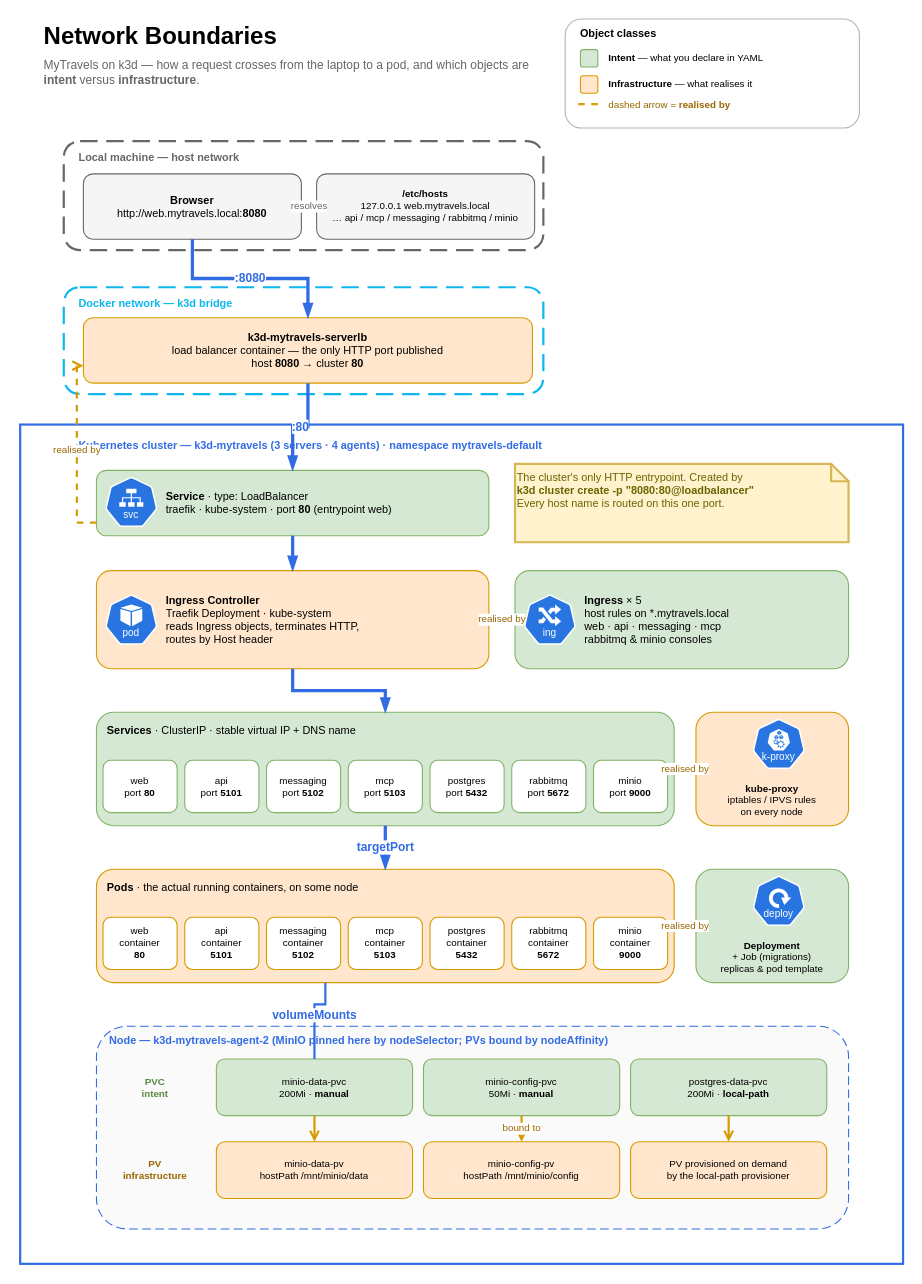
Before: page "Network Boundaries" (12 of 13) of drawio/architecture.drawio in k8sforum/intro-to-k8s, a draw.io diagram. Source tidied: cells renumbered, new cells numbered last; positions are measured from the earlier drawing's top-left corner, leaving out a move shared by most shapes. Both pictures are drawn from the tidied source at 109%, with x=0, y=0 at pixel (20, 19).
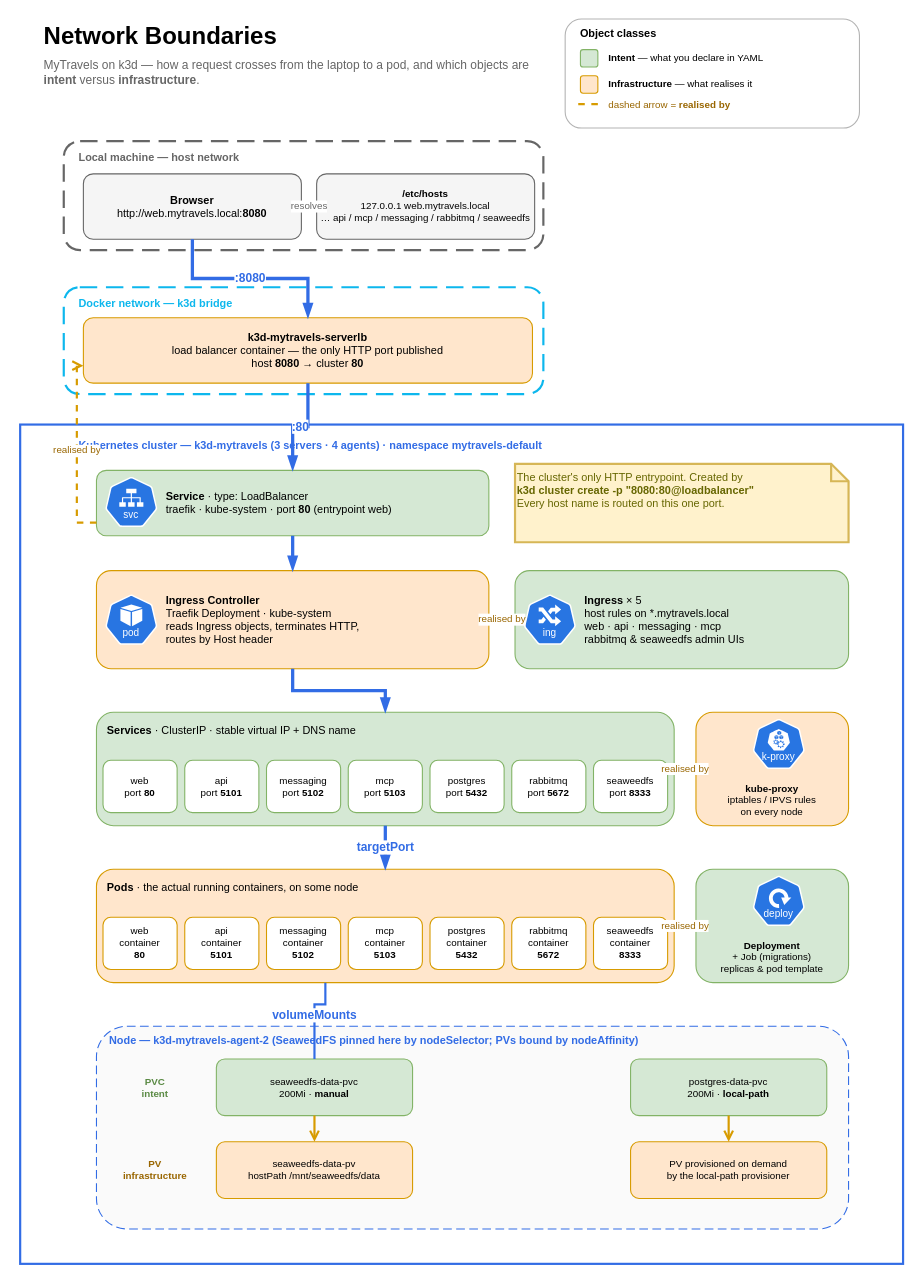
The same diagram, later.

The edit, as a diff of the source:
```diff
@@
-    <mxCell id="15" value="&lt;b&gt;/etc/hosts&lt;/b&gt;&lt;br&gt;127.0.0.1 web.mytravels.local&lt;br&gt;… api / mcp / messaging / rabbitmq / minio" style="rounded=1;whiteSpace=wrap;html=1;fillColor=#f5f5f5;strokeColor=#666666;fontSize=9;" parent="1" vertex="1">
+    <mxCell id="15" value="&lt;b&gt;/etc/hosts&lt;/b&gt;&lt;br&gt;127.0.0.1 web.mytravels.local&lt;br&gt;… api / mcp / messaging / rabbitmq / seaweedfs" style="rounded=1;whiteSpace=wrap;html=1;fillColor=#f5f5f5;strokeColor=#666666;fontSize=9;" parent="1" vertex="1">
       <mxGeometry x="272" y="142" width="200" height="60" as="geometry" />
     </mxCell>
@@
-    <mxCell id="30" value="&lt;b&gt;Ingress&lt;/b&gt; × 5&lt;br&gt;host rules on *.mytravels.local&lt;br&gt;web · api · messaging · mcp&lt;br&gt;rabbitmq &amp; minio consoles" style="rounded=1;whiteSpace=wrap;html=1;fillColor=#d5e8d4;strokeColor=#82b366;fontSize=10;align=left;spacingLeft=62;" parent="1" vertex="1">
+    <mxCell id="30" value="&lt;b&gt;Ingress&lt;/b&gt; × 5&lt;br&gt;host rules on *.mytravels.local&lt;br&gt;web · api · messaging · mcp&lt;br&gt;rabbitmq &amp; seaweedfs admin UIs" style="rounded=1;whiteSpace=wrap;html=1;fillColor=#d5e8d4;strokeColor=#82b366;fontSize=10;align=left;spacingLeft=62;" parent="1" vertex="1">
       <mxGeometry x="454" y="506" width="306" height="90" as="geometry" />
     </mxCell>
@@
-    <mxCell id="41" value="minio&lt;br&gt;port &lt;b&gt;9000&lt;/b&gt;" style="rounded=1;whiteSpace=wrap;html=1;fillColor=#FFFFFF;strokeColor=#82B366;fontSize=9;" parent="1" vertex="1">
+    <mxCell id="41" value="seaweedfs&lt;br&gt;port &lt;b&gt;8333&lt;/b&gt;" style="rounded=1;whiteSpace=wrap;html=1;fillColor=#FFFFFF;strokeColor=#82B366;fontSize=9;" parent="1" vertex="1">
       <mxGeometry x="526" y="680" width="68" height="48" as="geometry" />
     </mxCell>
@@
-    <mxCell id="53" value="minio&lt;br&gt;container&lt;br&gt;&lt;b&gt;9000&lt;/b&gt;" style="rounded=1;whiteSpace=wrap;html=1;fillColor=#FFFFFF;strokeColor=#D79B00;fontSize=9;" parent="1" vertex="1">
+    <mxCell id="53" value="seaweedfs&lt;br&gt;container&lt;br&gt;&lt;b&gt;8333&lt;/b&gt;" style="rounded=1;whiteSpace=wrap;html=1;fillColor=#FFFFFF;strokeColor=#D79B00;fontSize=9;" parent="1" vertex="1">
       <mxGeometry x="526" y="824" width="68" height="48" as="geometry" />
     </mxCell>
@@
-    <mxCell id="59" value="Node &amp;mdash; k3d-mytravels-agent-2 (MinIO pinned here by nodeSelector; PVs bound by nodeAffinity)" style="text;html=1;whiteSpace=wrap;strokeColor=none;fillColor=none;align=left;verticalAlign=middle;fontSize=10;fontStyle=1;fontColor=#326CE5;" parent="1" vertex="1">
+    <mxCell id="59" value="Node &amp;mdash; k3d-mytravels-agent-2 (SeaweedFS pinned here by nodeSelector; PVs bound by nodeAffinity)" style="text;html=1;whiteSpace=wrap;strokeColor=none;fillColor=none;align=left;verticalAlign=middle;fontSize=10;fontStyle=1;fontColor=#326CE5;" parent="1" vertex="1">
       <mxGeometry x="80" y="928" width="560" height="18" as="geometry" />
     </mxCell>
@@
-    <mxCell id="62" value="minio-data-pvc&lt;br&gt;200Mi · &lt;b&gt;manual&lt;/b&gt;" style="rounded=1;whiteSpace=wrap;html=1;fillColor=#d5e8d4;strokeColor=#82b366;fontSize=9;" parent="1" vertex="1">
+    <mxCell id="62" value="seaweedfs-data-pvc&lt;br&gt;200Mi · &lt;b&gt;manual&lt;/b&gt;" style="rounded=1;whiteSpace=wrap;html=1;fillColor=#d5e8d4;strokeColor=#82b366;fontSize=9;" parent="1" vertex="1">
       <mxGeometry x="180" y="954" width="180" height="52" as="geometry" />
     </mxCell>
-    <mxCell id="63" value="minio-data-pv&lt;br&gt;hostPath /mnt/minio/data" style="rounded=1;whiteSpace=wrap;html=1;fillColor=#ffe6cc;strokeColor=#d79b00;fontSize=9;" parent="1" vertex="1">
+    <mxCell id="63" value="seaweedfs-data-pv&lt;br&gt;hostPath /mnt/seaweedfs/data" style="rounded=1;whiteSpace=wrap;html=1;fillColor=#ffe6cc;strokeColor=#d79b00;fontSize=9;" parent="1" vertex="1">
       <mxGeometry x="180" y="1030" width="180" height="52" as="geometry" />
     </mxCell>
@@
-    <mxCell id="66" value="minio-config-pvc&lt;br&gt;50Mi · &lt;b&gt;manual&lt;/b&gt;" style="rounded=1;whiteSpace=wrap;html=1;fillColor=#d5e8d4;strokeColor=#82b366;fontSize=9;" parent="1" vertex="1">
-      <mxGeometry x="370" y="954" width="180" height="52" as="geometry" />
-    </mxCell>
-    <mxCell id="67" value="minio-config-pv&lt;br&gt;hostPath /mnt/minio/config" style="rounded=1;whiteSpace=wrap;html=1;fillColor=#ffe6cc;strokeColor=#d79b00;fontSize=9;" parent="1" vertex="1">
-      <mxGeometry x="370" y="1030" width="180" height="52" as="geometry" />
-    </mxCell>
-    <mxCell id="68" value="bound to" style="edgeStyle=orthogonalEdgeStyle;rounded=0;jettySize=auto;html=1;strokeWidth=2;strokeColor=#D79B00;dashed=1;fontSize=9;fontColor=#996600;labelBackgroundColor=#FFFFFF;endArrow=open;endFill=0;" parent="1" edge="1" source="66" target="67">
-      <mxGeometry relative="1" as="geometry" />
-    </mxCell>
```
